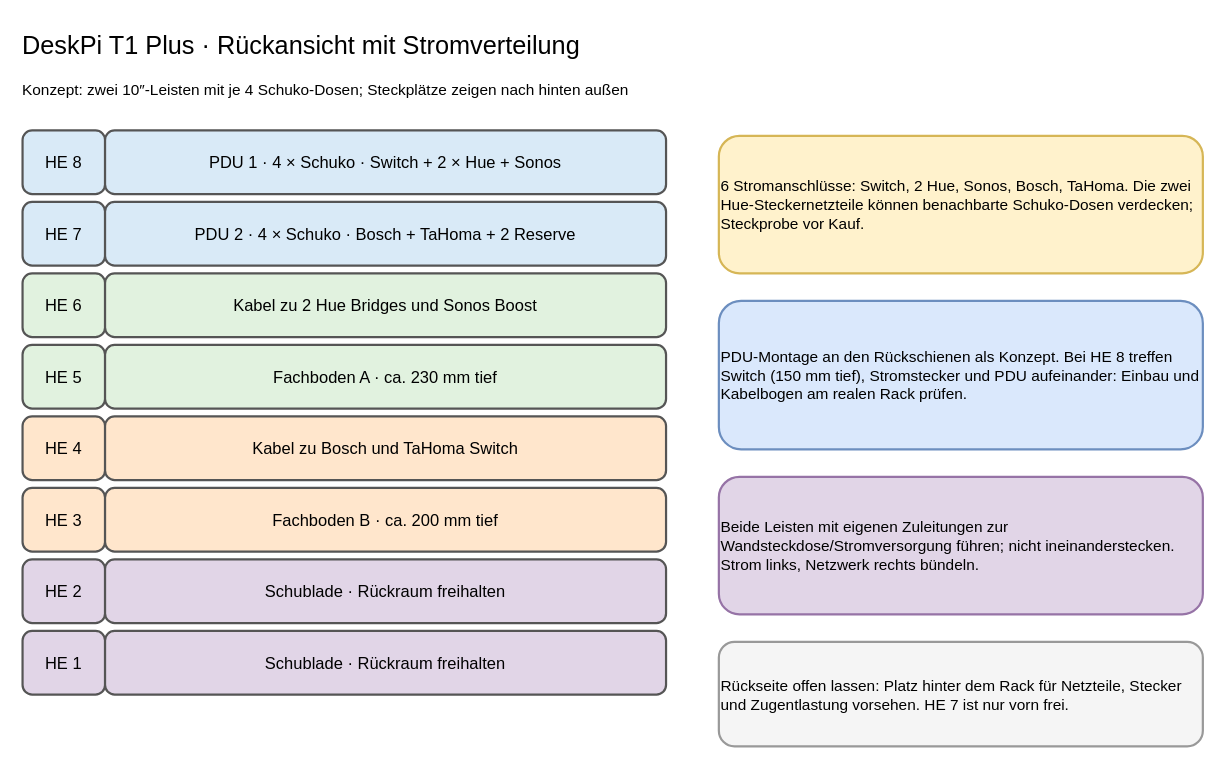
tiptronic/diagrams keeps this draw.io diagram as page "DeskPi 8 HE – Rückseite" (3 of 4) of 10-zoll-rack-planung.drawio. Above is the earlier version. Source tidied: cells renumbered, new cells numbered last; positions are measured from the earlier drawing's top-left corner, leaving out a move shared by most shapes. Both pictures are drawn from the tidied source at 110%, with x=0, y=0 at pixel (20, 20).
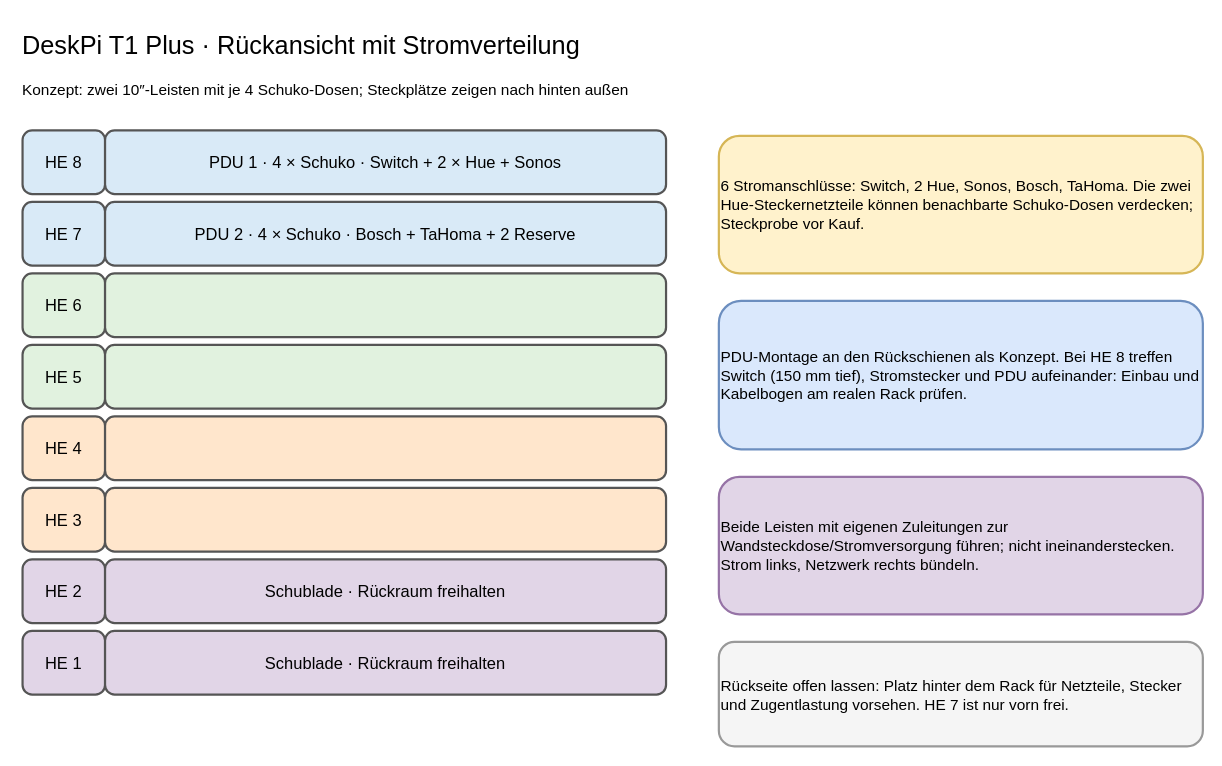
The same page after the edit.

The edit, as a diff of the source:
```diff
@@
-    <mxCell id="9" value="Kabel zu 2 Hue Bridges und Sonos Boost" style="rounded=1;whiteSpace=wrap;html=1;align=center;verticalAlign=middle;strokeWidth=2;fontSize=15;fillColor=#e1f2df;strokeColor=#555555;" parent="1" vertex="1">
+    <mxCell id="9" style="rounded=1;whiteSpace=wrap;html=1;align=center;verticalAlign=middle;strokeWidth=2;fontSize=15;fillColor=#e1f2df;strokeColor=#555555;" parent="1" vertex="1">
       <mxGeometry x="77" y="230" width="510" height="58" as="geometry" />
     </mxCell>
@@
-    <mxCell id="11" value="Fachboden A · ca. 230 mm tief" style="rounded=1;whiteSpace=wrap;html=1;align=center;verticalAlign=middle;strokeWidth=2;fontSize=15;fillColor=#e1f2df;strokeColor=#555555;" parent="1" vertex="1">
+    <mxCell id="11" style="rounded=1;whiteSpace=wrap;html=1;align=center;verticalAlign=middle;strokeWidth=2;fontSize=15;fillColor=#e1f2df;strokeColor=#555555;" parent="1" vertex="1">
       <mxGeometry x="77" y="295" width="510" height="58" as="geometry" />
     </mxCell>
@@
-    <mxCell id="13" value="Kabel zu Bosch und TaHoma Switch" style="rounded=1;whiteSpace=wrap;html=1;align=center;verticalAlign=middle;strokeWidth=2;fontSize=15;fillColor=#ffe6cc;strokeColor=#555555;" parent="1" vertex="1">
+    <mxCell id="13" style="rounded=1;whiteSpace=wrap;html=1;align=center;verticalAlign=middle;strokeWidth=2;fontSize=15;fillColor=#ffe6cc;strokeColor=#555555;" parent="1" vertex="1">
       <mxGeometry x="77" y="360" width="510" height="58" as="geometry" />
     </mxCell>
@@
-    <mxCell id="15" value="Fachboden B · ca. 200 mm tief" style="rounded=1;whiteSpace=wrap;html=1;align=center;verticalAlign=middle;strokeWidth=2;fontSize=15;fillColor=#ffe6cc;strokeColor=#555555;" parent="1" vertex="1">
+    <mxCell id="15" style="rounded=1;whiteSpace=wrap;html=1;align=center;verticalAlign=middle;strokeWidth=2;fontSize=15;fillColor=#ffe6cc;strokeColor=#555555;" parent="1" vertex="1">
       <mxGeometry x="77" y="425" width="510" height="58" as="geometry" />
     </mxCell>
```
